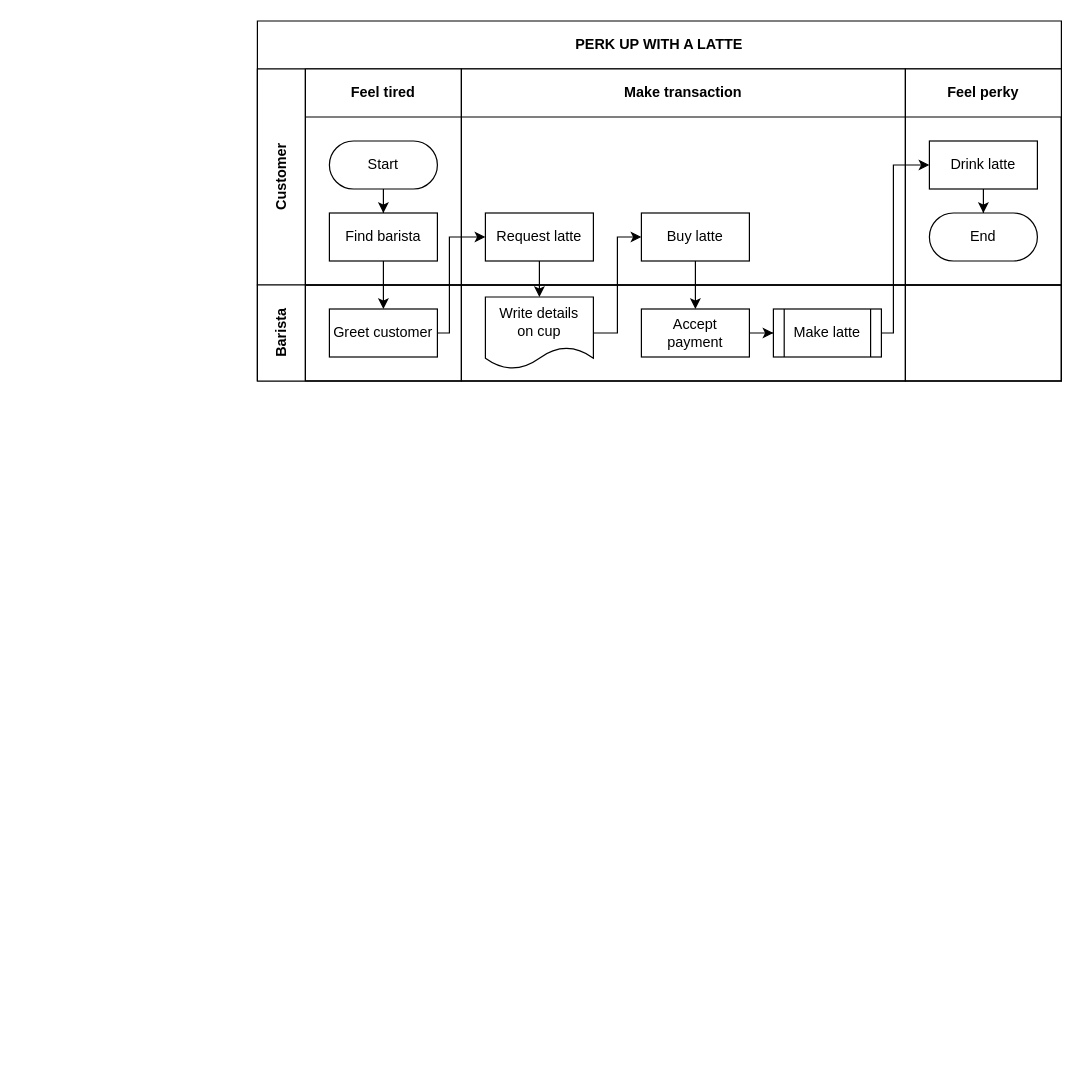
Earlier version of the draw.io diagram Untitled Diagram.drawio (czc2912/2048). Source tidied: cells renumbered, new cells numbered last; positions are measured from the earlier drawing's top-left corner, leaving out a move shared by most shapes. Both pictures are drawn from the tidied source at 120%, with x=0, y=0 at pixel (257, 20).
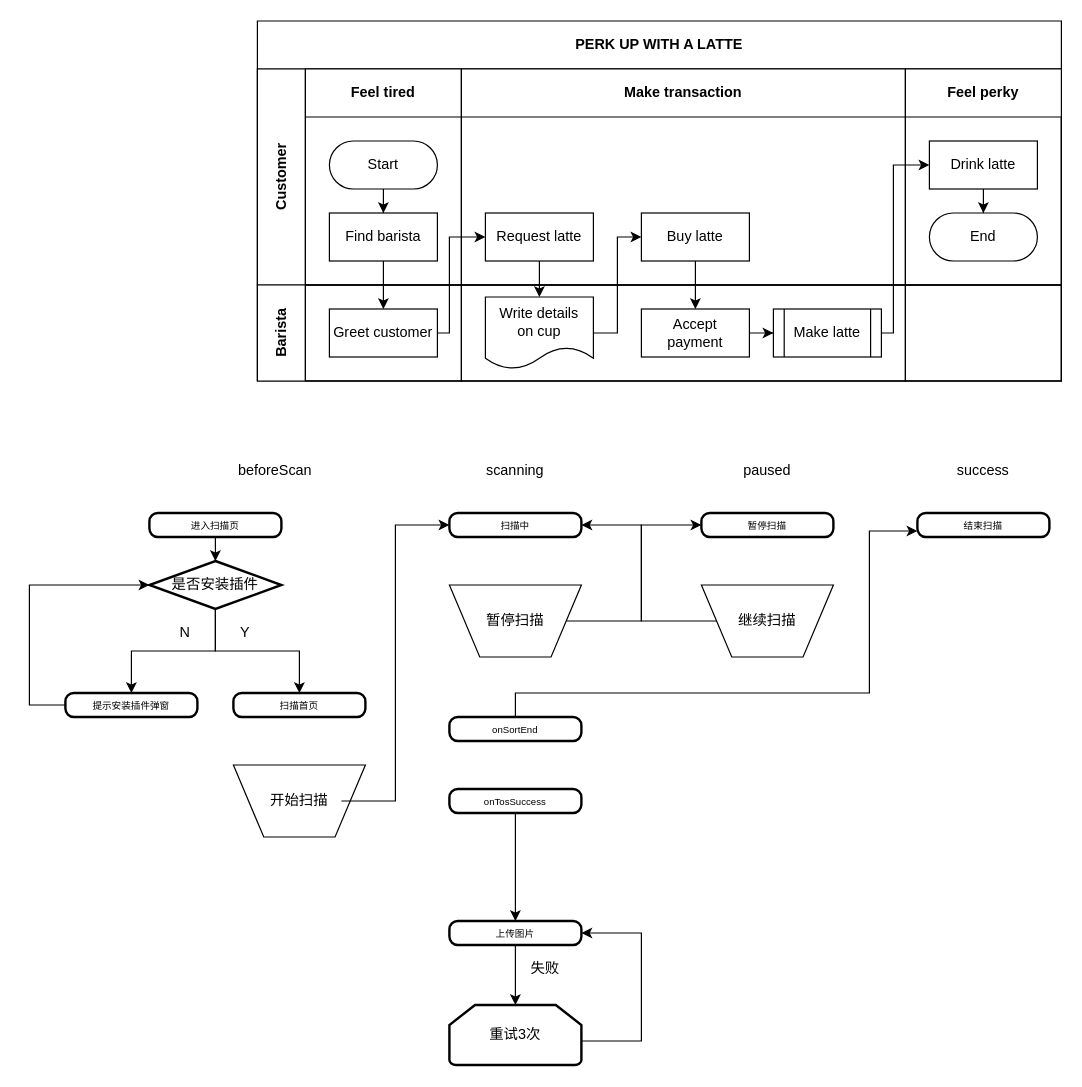
After the change.

The edit, as a diff of the source:
```diff
@@
+    <mxCell id="30" style="edgeStyle=orthogonalEdgeStyle;rounded=0;orthogonalLoop=1;jettySize=auto;html=1;exitX=0.5;exitY=1;exitDx=0;exitDy=0;" parent="1" edge="1">
+      <mxGeometry relative="1" as="geometry">
+        <mxPoint x="10" y="400" as="sourcePoint" />
+        <mxPoint x="10" y="400" as="targetPoint" />
+      </mxGeometry>
+    </mxCell>
+    <mxCell id="31" value="beforeScan" style="text;html=1;strokeColor=none;fillColor=none;align=center;verticalAlign=middle;whiteSpace=wrap;rounded=0;" parent="1" vertex="1">
+      <mxGeometry x="-30" y="360" width="90" height="30" as="geometry" />
+    </mxCell>
+    <mxCell id="32" value="scanning" style="text;html=1;strokeColor=none;fillColor=none;align=center;verticalAlign=middle;whiteSpace=wrap;rounded=0;" parent="1" vertex="1">
+      <mxGeometry x="170" y="360" width="90" height="30" as="geometry" />
+    </mxCell>
+    <mxCell id="33" value="paused" style="text;html=1;strokeColor=none;fillColor=none;align=center;verticalAlign=middle;whiteSpace=wrap;rounded=0;" parent="1" vertex="1">
+      <mxGeometry x="380" y="360" width="90" height="30" as="geometry" />
+    </mxCell>
+    <mxCell id="34" value="success" style="text;html=1;strokeColor=none;fillColor=none;align=center;verticalAlign=middle;whiteSpace=wrap;rounded=0;" parent="1" vertex="1">
+      <mxGeometry x="560" y="360" width="90" height="30" as="geometry" />
+    </mxCell>
+    <mxCell id="35" style="edgeStyle=orthogonalEdgeStyle;rounded=0;jettySize=auto;html=1;" parent="1" edge="1" source="36" target="39">
+      <mxGeometry relative="1" as="geometry" />
+    </mxCell>
+    <mxCell id="36" value="&lt;font style=&quot;font-size: 8px&quot;&gt;进入扫描页&lt;/font&gt;" style="rounded=1;whiteSpace=wrap;html=1;absoluteArcSize=1;arcSize=14;strokeWidth=2;" parent="1" vertex="1">
+      <mxGeometry x="-90" y="410" width="110" height="20" as="geometry" />
+    </mxCell>
+    <mxCell id="37" style="edgeStyle=orthogonalEdgeStyle;rounded=0;jettySize=auto;html=1;entryX=0.5;entryY=0;entryDx=0;entryDy=0;" parent="1" edge="1" source="39" target="43">
+      <mxGeometry relative="1" as="geometry" />
+    </mxCell>
+    <mxCell id="38" style="edgeStyle=orthogonalEdgeStyle;rounded=0;jettySize=auto;html=1;" parent="1" edge="1" source="39" target="45">
+      <mxGeometry relative="1" as="geometry" />
+    </mxCell>
+    <mxCell id="39" value="是否安装插件" style="strokeWidth=2;html=1;shape=mxgraph.flowchart.decision;whiteSpace=wrap;" parent="1" vertex="1">
+      <mxGeometry x="-90" y="450" width="110" height="40" as="geometry" />
+    </mxCell>
+    <mxCell id="40" style="verticalLabelPosition=bottom;verticalAlign=top;html=1;shape=trapezoid;perimeter=trapezoidPerimeter;whiteSpace=wrap;size=0.23;arcSize=10;flipV=1;" parent="1" vertex="1">
+      <mxGeometry x="-20" y="620" width="110" height="60" as="geometry" />
+    </mxCell>
+    <mxCell id="41" style="edgeStyle=orthogonalEdgeStyle;rounded=0;jettySize=auto;html=1;entryX=0;entryY=0.5;entryDx=0;entryDy=0;" parent="1" edge="1" source="42" target="48">
+      <mxGeometry relative="1" as="geometry" />
+    </mxCell>
+    <mxCell id="42" value="开始扫描" style="text;html=1;strokeColor=none;fillColor=none;align=center;verticalAlign=middle;whiteSpace=wrap;rounded=0;" parent="1" vertex="1">
+      <mxGeometry y="640" width="70" height="20" as="geometry" />
+    </mxCell>
+    <mxCell id="43" value="&lt;font style=&quot;font-size: 8px&quot;&gt;扫描首页&lt;/font&gt;" style="rounded=1;whiteSpace=wrap;html=1;absoluteArcSize=1;arcSize=14;strokeWidth=2;" parent="1" vertex="1">
+      <mxGeometry x="-20" y="560" width="110" height="20" as="geometry" />
+    </mxCell>
+    <mxCell id="44" style="edgeStyle=orthogonalEdgeStyle;rounded=0;jettySize=auto;html=1;entryX=0;entryY=0.5;entryDx=0;entryDy=0;entryPerimeter=0;" parent="1" edge="1" source="45" target="39">
+      <mxGeometry relative="1" as="geometry">
+        <Array as="points">
+          <mxPoint x="-105" y="570" />
+          <mxPoint x="-190" y="570" />
+          <mxPoint x="-190" y="470" />
+        </Array>
+      </mxGeometry>
+    </mxCell>
+    <mxCell id="45" value="&lt;font style=&quot;font-size: 8px&quot;&gt;提示安装插件弹窗&lt;/font&gt;" style="rounded=1;whiteSpace=wrap;html=1;absoluteArcSize=1;arcSize=14;strokeWidth=2;" parent="1" vertex="1">
+      <mxGeometry x="-160" y="560" width="110" height="20" as="geometry" />
+    </mxCell>
+    <mxCell id="46" value="N" style="text;html=1;strokeColor=none;fillColor=none;align=center;verticalAlign=middle;whiteSpace=wrap;rounded=0;" parent="1" vertex="1">
+      <mxGeometry x="-80" y="500" width="40" height="20" as="geometry" />
+    </mxCell>
+    <mxCell id="47" value="Y" style="text;html=1;strokeColor=none;fillColor=none;align=center;verticalAlign=middle;whiteSpace=wrap;rounded=0;" parent="1" vertex="1">
+      <mxGeometry x="-30" y="500" width="40" height="20" as="geometry" />
+    </mxCell>
+    <mxCell id="48" value="&lt;font style=&quot;font-size: 8px&quot;&gt;扫描中&lt;/font&gt;" style="rounded=1;whiteSpace=wrap;html=1;absoluteArcSize=1;arcSize=14;strokeWidth=2;" parent="1" vertex="1">
+      <mxGeometry x="160" y="410" width="110" height="20" as="geometry" />
+    </mxCell>
+    <mxCell id="49" style="edgeStyle=orthogonalEdgeStyle;rounded=0;jettySize=auto;html=1;entryX=0;entryY=0.5;entryDx=0;entryDy=0;" parent="1" edge="1" source="50" target="52">
+      <mxGeometry relative="1" as="geometry" />
+    </mxCell>
+    <mxCell id="50" style="verticalLabelPosition=bottom;verticalAlign=top;html=1;shape=trapezoid;perimeter=trapezoidPerimeter;whiteSpace=wrap;size=0.23;arcSize=10;flipV=1;" parent="1" vertex="1">
+      <mxGeometry x="160" y="470" width="110" height="60" as="geometry" />
+    </mxCell>
+    <mxCell id="51" value="暂停扫描" style="text;html=1;strokeColor=none;fillColor=none;align=center;verticalAlign=middle;whiteSpace=wrap;rounded=0;" parent="1" vertex="1">
+      <mxGeometry x="180" y="490" width="70" height="20" as="geometry" />
+    </mxCell>
+    <mxCell id="52" value="&lt;font style=&quot;font-size: 8px&quot;&gt;暂停扫描&lt;/font&gt;" style="rounded=1;whiteSpace=wrap;html=1;absoluteArcSize=1;arcSize=14;strokeWidth=2;" parent="1" vertex="1">
+      <mxGeometry x="370" y="410" width="110" height="20" as="geometry" />
+    </mxCell>
+    <mxCell id="53" style="edgeStyle=orthogonalEdgeStyle;rounded=0;jettySize=auto;html=1;entryX=0;entryY=0.75;entryDx=0;entryDy=0;" parent="1" edge="1" source="54" target="55">
+      <mxGeometry relative="1" as="geometry">
+        <Array as="points">
+          <mxPoint x="215" y="560" />
+          <mxPoint x="510" y="560" />
+          <mxPoint x="510" y="425" />
+        </Array>
+      </mxGeometry>
+    </mxCell>
+    <mxCell id="54" value="&lt;font style=&quot;font-size: 8px&quot;&gt;onSortEnd&lt;/font&gt;" style="rounded=1;whiteSpace=wrap;html=1;absoluteArcSize=1;arcSize=14;strokeWidth=2;" parent="1" vertex="1">
+      <mxGeometry x="160" y="580" width="110" height="20" as="geometry" />
+    </mxCell>
+    <mxCell id="55" value="&lt;font style=&quot;font-size: 8px&quot;&gt;结束扫描&lt;/font&gt;" style="rounded=1;whiteSpace=wrap;html=1;absoluteArcSize=1;arcSize=14;strokeWidth=2;" parent="1" vertex="1">
+      <mxGeometry x="550" y="410" width="110" height="20" as="geometry" />
+    </mxCell>
+    <mxCell id="56" style="edgeStyle=orthogonalEdgeStyle;rounded=0;jettySize=auto;html=1;" parent="1" edge="1" source="57" target="59">
+      <mxGeometry relative="1" as="geometry" />
+    </mxCell>
+    <mxCell id="57" value="&lt;font style=&quot;font-size: 8px&quot;&gt;onTosSuccess&lt;/font&gt;" style="rounded=1;whiteSpace=wrap;html=1;absoluteArcSize=1;arcSize=14;strokeWidth=2;" parent="1" vertex="1">
+      <mxGeometry x="160" y="640" width="110" height="20" as="geometry" />
+    </mxCell>
+    <mxCell id="58" style="edgeStyle=orthogonalEdgeStyle;rounded=0;jettySize=auto;html=1;entryX=0.5;entryY=0;entryDx=0;entryDy=0;entryPerimeter=0;" parent="1" edge="1" source="59" target="61">
+      <mxGeometry relative="1" as="geometry" />
+    </mxCell>
+    <mxCell id="59" value="&lt;span style=&quot;font-size: 8px&quot;&gt;上传图片&lt;/span&gt;" style="rounded=1;whiteSpace=wrap;html=1;absoluteArcSize=1;arcSize=14;strokeWidth=2;" parent="1" vertex="1">
+      <mxGeometry x="160" y="750" width="110" height="20" as="geometry" />
+    </mxCell>
+    <mxCell id="60" style="edgeStyle=orthogonalEdgeStyle;rounded=0;jettySize=auto;html=1;entryX=1;entryY=0.5;entryDx=0;entryDy=0;" parent="1" edge="1" source="61" target="59">
+      <mxGeometry relative="1" as="geometry">
+        <Array as="points">
+          <mxPoint x="215" y="850" />
+          <mxPoint x="320" y="850" />
+          <mxPoint x="320" y="760" />
+        </Array>
+      </mxGeometry>
+    </mxCell>
+    <mxCell id="61" value="重试3次" style="strokeWidth=2;html=1;shape=mxgraph.flowchart.loop_limit;whiteSpace=wrap;" parent="1" vertex="1">
+      <mxGeometry x="160" y="820" width="110" height="50" as="geometry" />
+    </mxCell>
+    <mxCell id="62" value="失败" style="text;html=1;strokeColor=none;fillColor=none;align=center;verticalAlign=middle;whiteSpace=wrap;rounded=0;" parent="1" vertex="1">
+      <mxGeometry x="220" y="780" width="40" height="20" as="geometry" />
+    </mxCell>
+    <mxCell id="63" style="edgeStyle=orthogonalEdgeStyle;rounded=0;jettySize=auto;html=1;entryX=1;entryY=0.5;entryDx=0;entryDy=0;" parent="1" edge="1" source="64" target="48">
+      <mxGeometry relative="1" as="geometry">
+        <Array as="points">
+          <mxPoint x="320" y="500" />
+          <mxPoint x="320" y="420" />
+        </Array>
+      </mxGeometry>
+    </mxCell>
+    <mxCell id="64" style="verticalLabelPosition=bottom;verticalAlign=top;html=1;shape=trapezoid;perimeter=trapezoidPerimeter;whiteSpace=wrap;size=0.23;arcSize=10;flipV=1;" parent="1" vertex="1">
+      <mxGeometry x="370" y="470" width="110" height="60" as="geometry" />
+    </mxCell>
+    <mxCell id="65" value="继续扫描" style="text;html=1;strokeColor=none;fillColor=none;align=center;verticalAlign=middle;whiteSpace=wrap;rounded=0;" parent="1" vertex="1">
+      <mxGeometry x="390" y="490" width="70" height="20" as="geometry" />
+    </mxCell>
```
